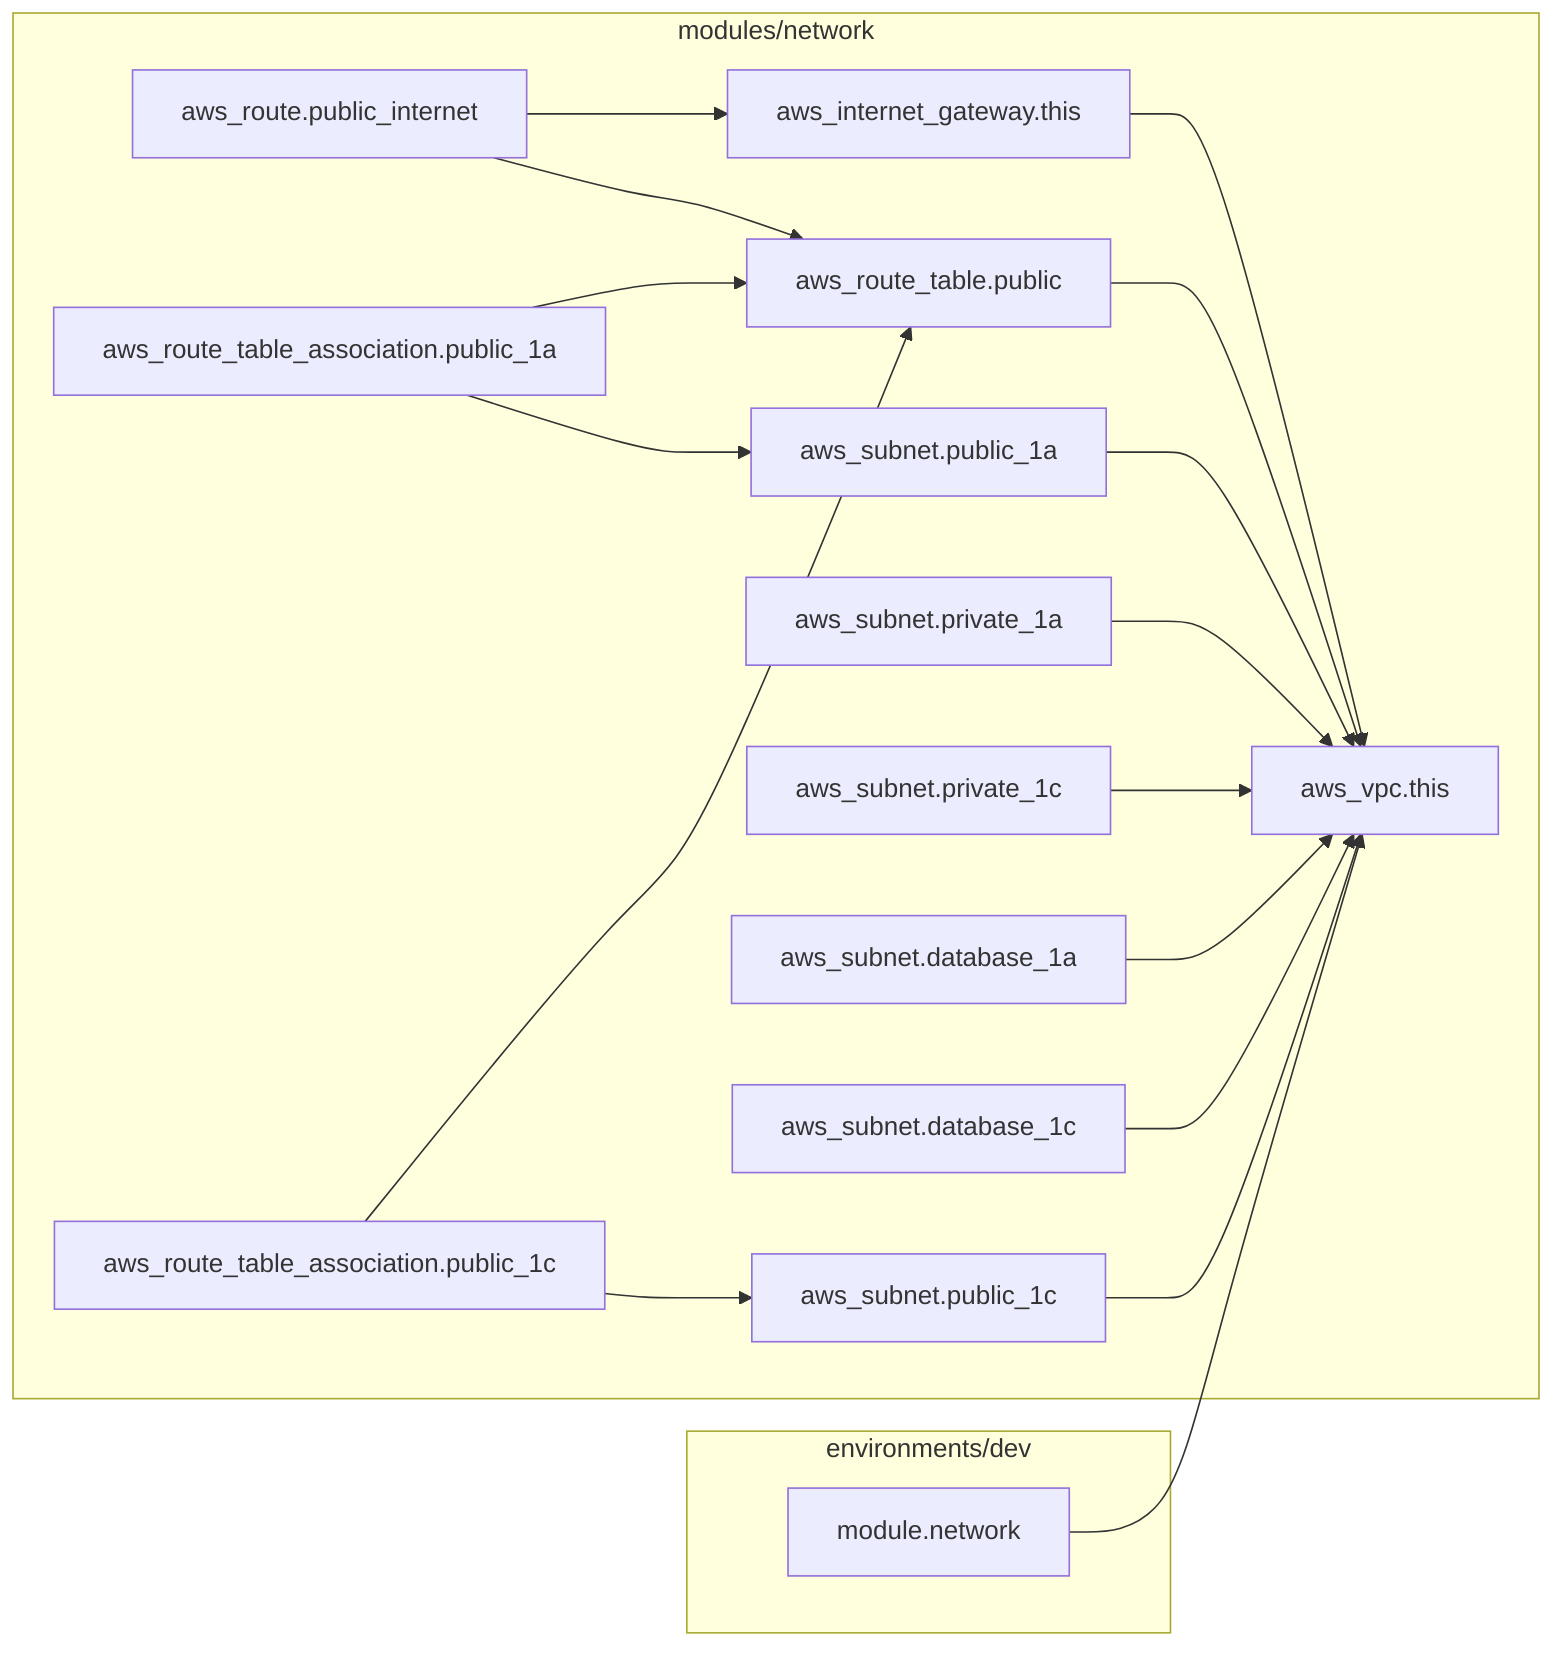
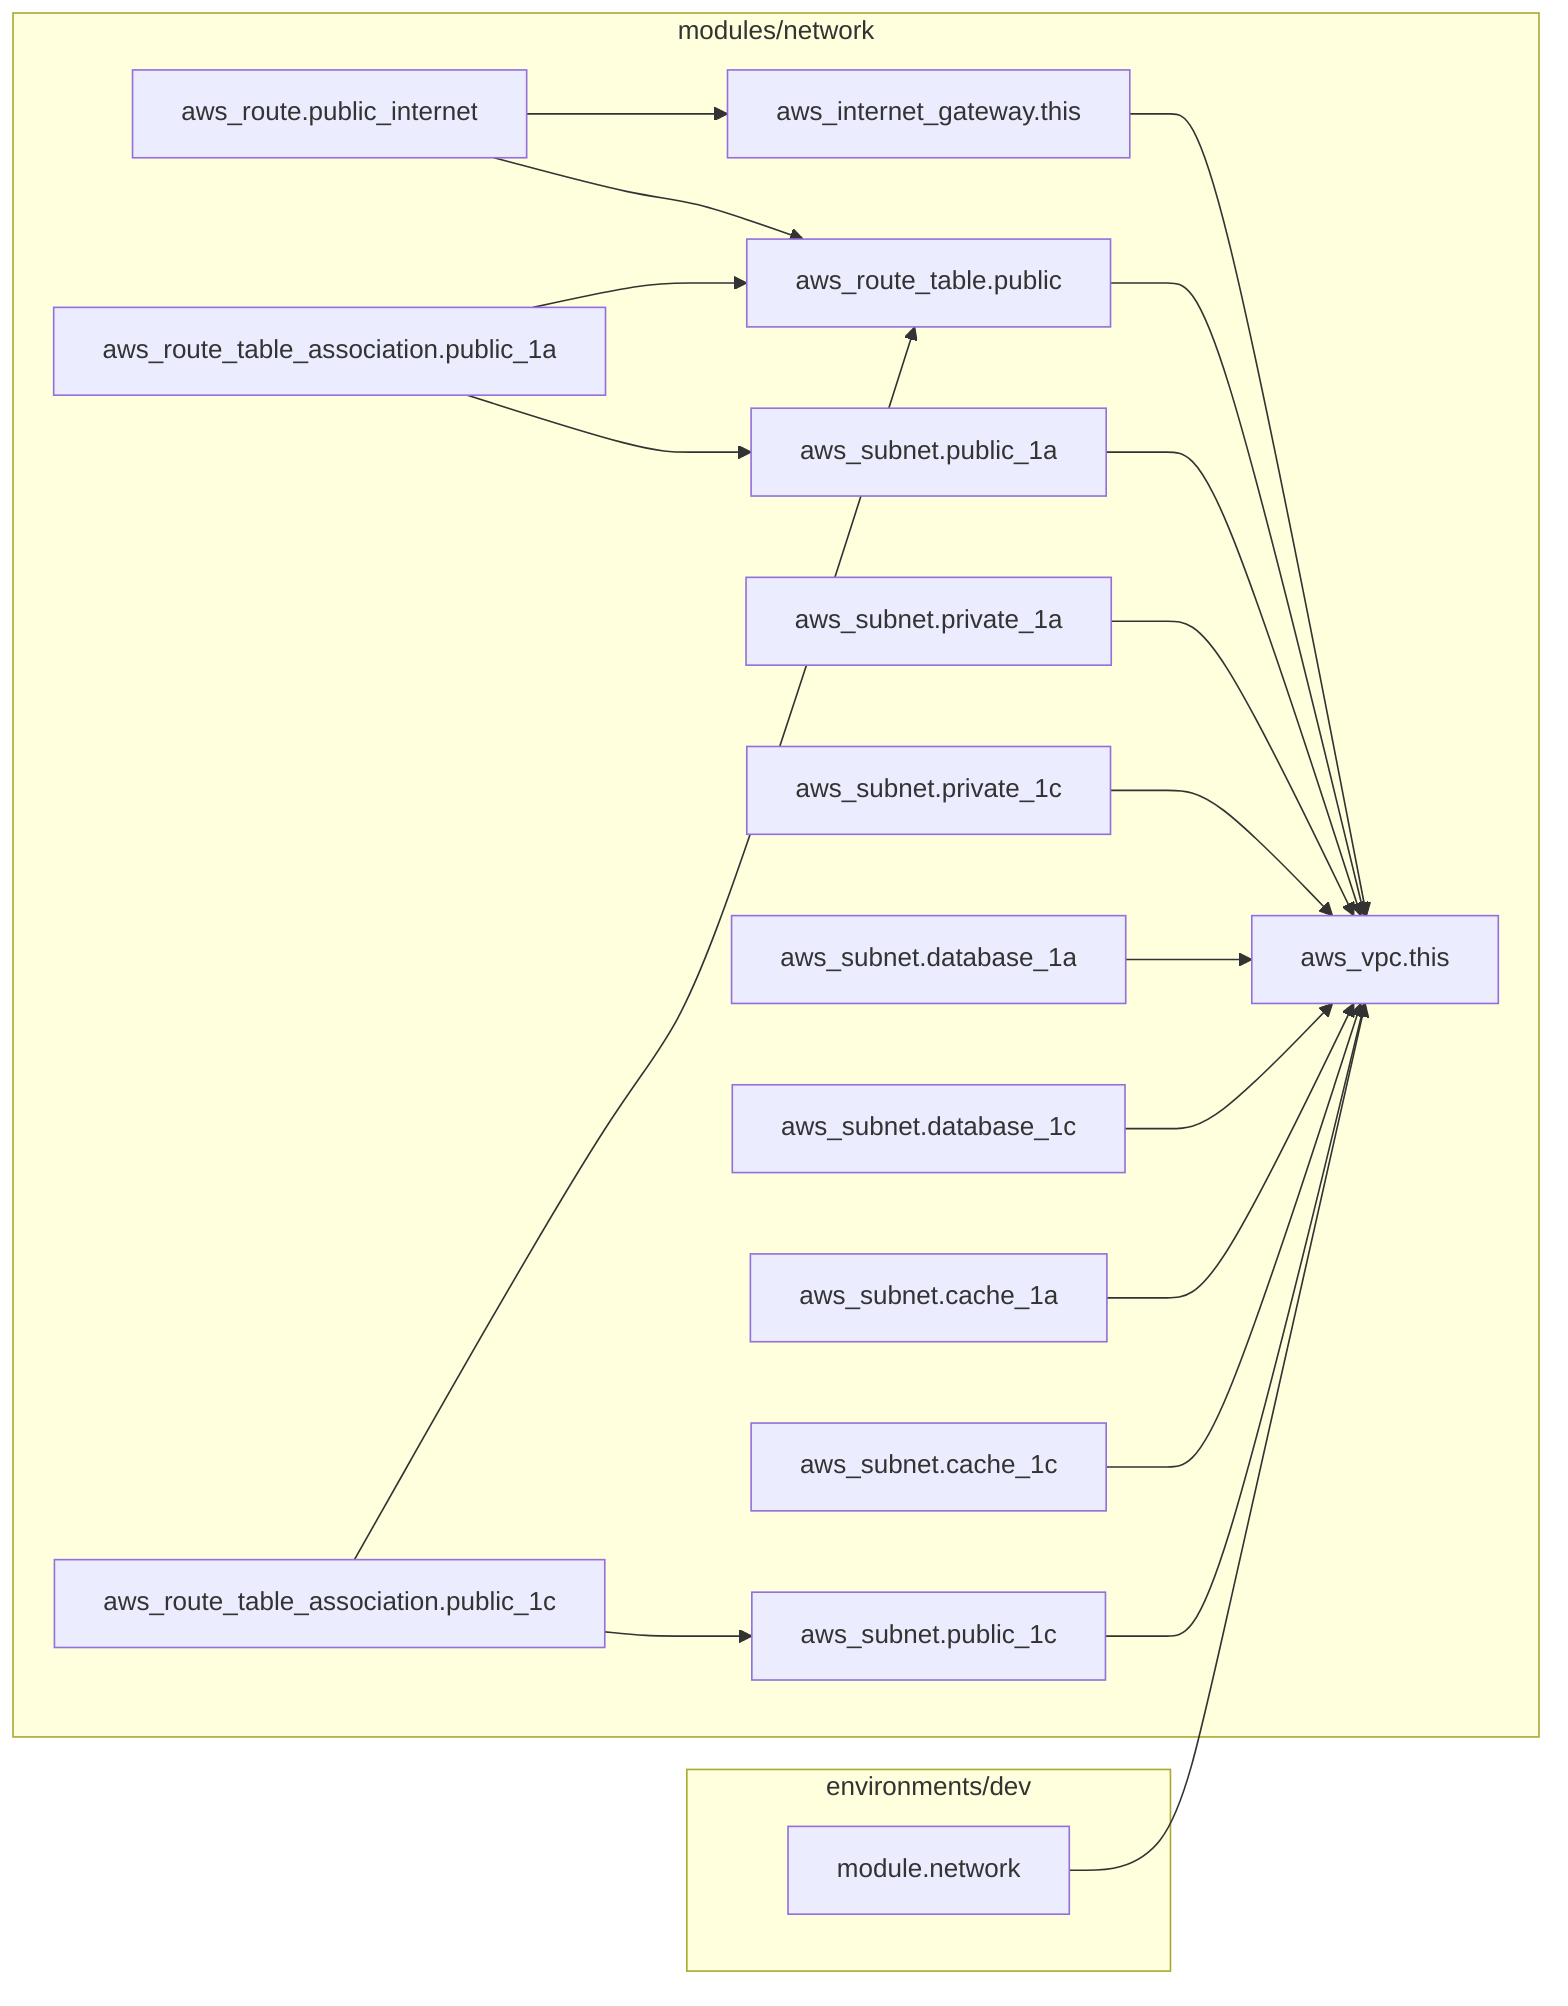
flowchart LR
  subgraph dev["environments/dev"]
    network_module["module.network"]
  end

  subgraph network["modules/network"]
    vpc["aws_vpc.this"]
    igw["aws_internet_gateway.this"]
    public_1a["aws_subnet.public_1a"]
    public_1c["aws_subnet.public_1c"]
    private_1a["aws_subnet.private_1a"]
    private_1c["aws_subnet.private_1c"]
    database_1a["aws_subnet.database_1a"]
    database_1c["aws_subnet.database_1c"]
+     cache_1a["aws_subnet.cache_1a"]
+     cache_1c["aws_subnet.cache_1c"]
    public_rt["aws_route_table.public"]
    public_internet_route["aws_route.public_internet"]
    public_1a_assoc["aws_route_table_association.public_1a"]
    public_1c_assoc["aws_route_table_association.public_1c"]
  end

  network_module --> vpc
  igw --> vpc
  public_1a --> vpc
  public_1c --> vpc
  private_1a --> vpc
  private_1c --> vpc
  database_1a --> vpc
  database_1c --> vpc
+   cache_1a --> vpc
+   cache_1c --> vpc
  public_rt --> vpc
  public_internet_route --> public_rt
  public_internet_route --> igw
  public_1a_assoc --> public_1a
  public_1a_assoc --> public_rt
  public_1c_assoc --> public_1c
  public_1c_assoc --> public_rt
